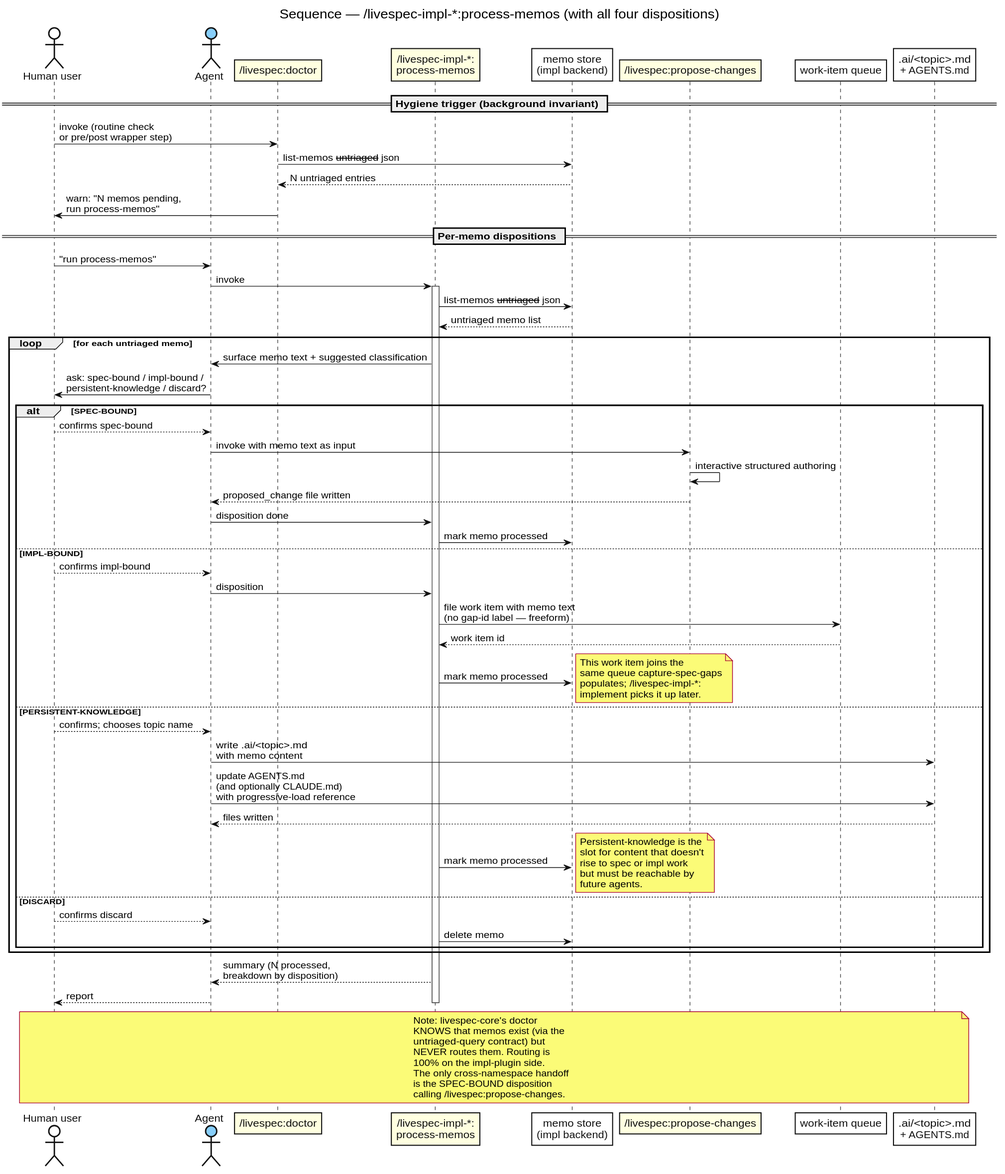
Before: research/workflow-processes/diagrams/seq-process-memos.svg, a diagram exported from PlantUML (thewoolleyman/livespec). Source of this version:
```plantuml
@startuml seq-process-memos
title Sequence — /livespec-impl-*:process-memos (with all four dispositions)
skinparam defaultFontName Helvetica
skinparam shadowing false
skinparam BackgroundColor white
skinparam ArrowColor #111
skinparam sequence {
  ParticipantBorderColor #111
  ParticipantBackgroundColor white
  ParticipantFontColor #111
  ActorBorderColor #111
  ActorBackgroundColor white
  ActorFontColor #111
  LifeLineBorderColor #444
}

actor "Human user" as User
actor "Agent" as Agent #LightSkyBlue
participant "/livespec:doctor" as Doctor #LightYellow
participant "/livespec-impl-*:\nprocess-memos" as Process #LightYellow
participant "memo store\n(impl backend)" as Memos
participant "/livespec:propose-changes" as Propose #LightYellow
participant "work-item queue" as Queue
participant ".ai/<topic>.md\n+ AGENTS.md" as AiFiles

== Hygiene trigger (background invariant) ==

User -> Doctor : invoke (routine check\nor pre/post wrapper step)
Doctor -> Memos : list-memos --untriaged --json
Memos --> Doctor : N untriaged entries
Doctor -> User : warn: "N memos pending,\nrun process-memos"

== Per-memo dispositions ==

User -> Agent : "run process-memos"
Agent -> Process : invoke
activate Process

Process -> Memos : list-memos --untriaged --json
Memos --> Process : untriaged memo list

loop for each untriaged memo
  Process -> Agent : surface memo text + suggested classification
  Agent -> User : ask: spec-bound / impl-bound /\npersistent-knowledge / discard?

  alt SPEC-BOUND
    User --> Agent : confirms spec-bound
    Agent -> Propose : invoke with memo text as input
    Propose -> Propose : interactive structured authoring
    Propose --> Agent : proposed_change file written
    Agent -> Process : disposition done
    Process -> Memos : mark memo processed
  else IMPL-BOUND
    User --> Agent : confirms impl-bound
    Agent -> Process : disposition
    Process -> Queue : file work item with memo text\n(no gap-id label — freeform)
    Queue --> Process : work item id
    Process -> Memos : mark memo processed
    note right : This work item joins the\nsame queue capture-spec-gaps\npopulates; /livespec-impl-*:\nimplement picks it up later.
  else PERSISTENT-KNOWLEDGE
    User --> Agent : confirms; chooses topic name
    Agent -> AiFiles : write .ai/<topic>.md\nwith memo content
    Agent -> AiFiles : update AGENTS.md\n(and optionally CLAUDE.md)\nwith progressive-load reference
    AiFiles --> Agent : files written
    Process -> Memos : mark memo processed
    note right : Persistent-knowledge is the\nslot for content that doesn't\nrise to spec or impl work\nbut must be reachable by\nfuture agents.
  else DISCARD
    User --> Agent : confirms discard
    Process -> Memos : delete memo
  end
end

Process --> Agent : summary (N processed,\nbreakdown by disposition)
Agent --> User : report
deactivate Process

note over User, AiFiles : Note: livespec-core's doctor\nKNOWS that memos exist (via the\nuntriaged-query contract) but\nNEVER routes them. Routing is\n100% on the impl-plugin side.\nThe only cross-namespace handoff\nis the SPEC-BOUND disposition\ncalling /livespec:propose-changes.

@enduml
```
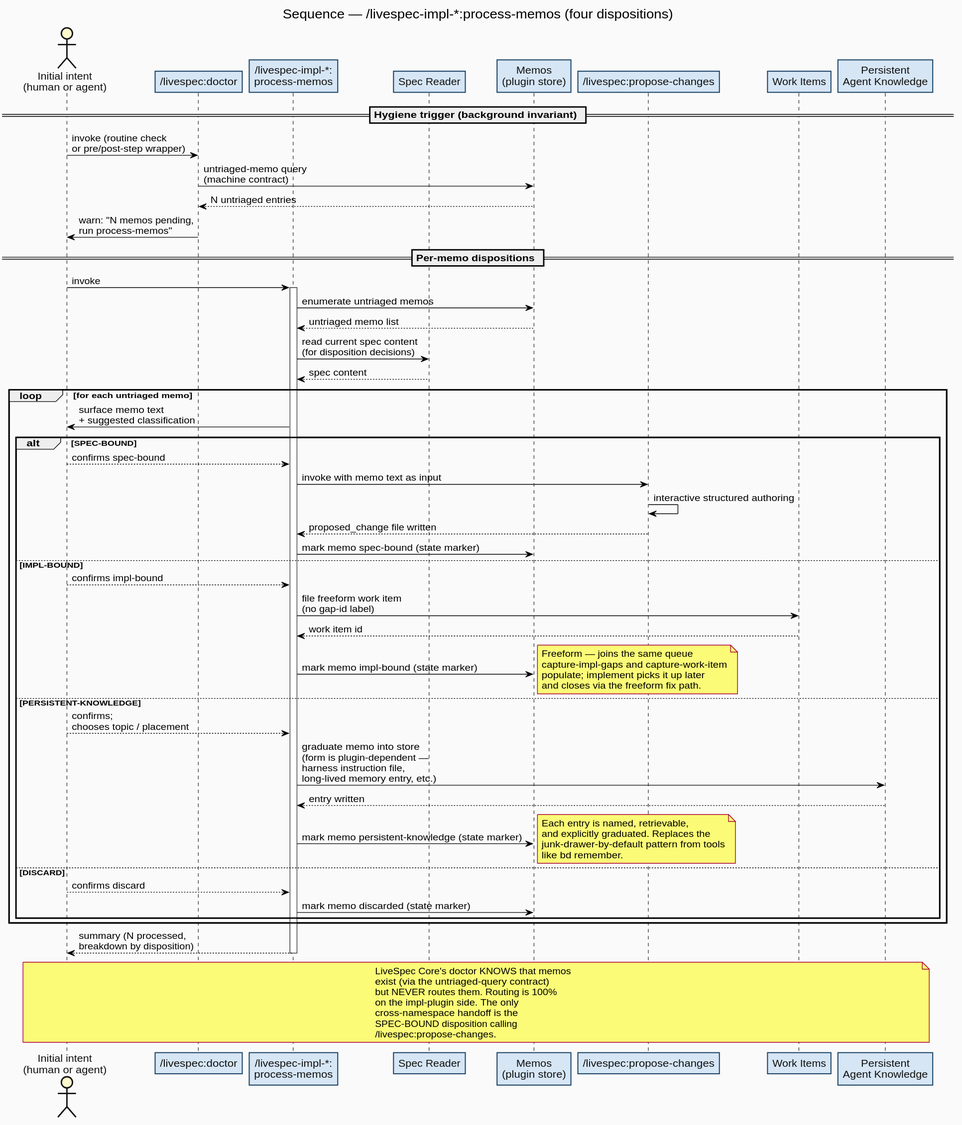
The same diagram one commit later.

Diff of the diagram source:
```diff
@@ -1,79 +1,76 @@
 @startuml seq-process-memos
-title Sequence — /livespec-impl-*:process-memos (with all four dispositions)
+title Sequence — /livespec-impl-*:process-memos (four dispositions)
 skinparam defaultFontName Helvetica
 skinparam shadowing false
-skinparam BackgroundColor white
-skinparam ArrowColor #111
+skinparam BackgroundColor #fafafa
+skinparam ArrowColor #000000
 skinparam sequence {
-  ParticipantBorderColor #111
-  ParticipantBackgroundColor white
+  ParticipantBorderColor #1f4768
+  ParticipantBackgroundColor #d6e6f5
   ParticipantFontColor #111
   ActorBorderColor #111
-  ActorBackgroundColor white
+  ActorBackgroundColor #fffacc
   ActorFontColor #111
   LifeLineBorderColor #444
 }
 
-actor "Human user" as User
-actor "Agent" as Agent #LightSkyBlue
-participant "/livespec:doctor" as Doctor #LightYellow
-participant "/livespec-impl-*:\nprocess-memos" as Process #LightYellow
-participant "memo store\n(impl backend)" as Memos
-participant "/livespec:propose-changes" as Propose #LightYellow
-participant "work-item queue" as Queue
-participant ".ai/<topic>.md\n+ AGENTS.md" as AiFiles
+actor "Initial intent\n(human or agent)" as User
+participant "/livespec:doctor" as Doctor
+participant "/livespec-impl-*:\nprocess-memos" as Process
+participant "Spec Reader" as SpecReader
+participant "Memos\n(plugin store)" as Memos
+participant "/livespec:propose-changes" as Propose
+participant "Work Items" as Queue
+participant "Persistent\nAgent Knowledge" as AgentKnowledge
 
 == Hygiene trigger (background invariant) ==
 
-User -> Doctor : invoke (routine check\nor pre/post wrapper step)
-Doctor -> Memos : list-memos --untriaged --json
+User -> Doctor : invoke (routine check\nor pre/post-step wrapper)
+Doctor -> Memos : untriaged-memo query\n(machine contract)
 Memos --> Doctor : N untriaged entries
 Doctor -> User : warn: "N memos pending,\nrun process-memos"
 
 == Per-memo dispositions ==
 
-User -> Agent : "run process-memos"
-Agent -> Process : invoke
+User -> Process : invoke
 activate Process
 
-Process -> Memos : list-memos --untriaged --json
+Process -> Memos : enumerate untriaged memos
 Memos --> Process : untriaged memo list
 
+Process -> SpecReader : read current spec content\n(for disposition decisions)
+SpecReader --> Process : spec content
+
 loop for each untriaged memo
-  Process -> Agent : surface memo text + suggested classification
-  Agent -> User : ask: spec-bound / impl-bound /\npersistent-knowledge / discard?
+  Process -> User : surface memo text\n+ suggested classification
 
   alt SPEC-BOUND
-    User --> Agent : confirms spec-bound
-    Agent -> Propose : invoke with memo text as input
+    User --> Process : confirms spec-bound
+    Process -> Propose : invoke with memo text as input
     Propose -> Propose : interactive structured authoring
-    Propose --> Agent : proposed_change file written
-    Agent -> Process : disposition done
-    Process -> Memos : mark memo processed
+    Propose --> Process : proposed_change file written
+    Process -> Memos : mark memo spec-bound (state marker)
   else IMPL-BOUND
-    User --> Agent : confirms impl-bound
-    Agent -> Process : disposition
-    Process -> Queue : file work item with memo text\n(no gap-id label — freeform)
+    User --> Process : confirms impl-bound
+    Process -> Queue : file freeform work item\n(no gap-id label)
     Queue --> Process : work item id
-    Process -> Memos : mark memo processed
-    note right : This work item joins the\nsame queue capture-spec-gaps\npopulates; /livespec-impl-*:\nimplement picks it up later.
+    Process -> Memos : mark memo impl-bound (state marker)
+    note right : Freeform — joins the same queue\ncapture-impl-gaps and capture-work-item\npopulate; implement picks it up later\nand closes via the freeform fix path.
   else PERSISTENT-KNOWLEDGE
-    User --> Agent : confirms; chooses topic name
-    Agent -> AiFiles : write .ai/<topic>.md\nwith memo content
-    Agent -> AiFiles : update AGENTS.md\n(and optionally CLAUDE.md)\nwith progressive-load reference
-    AiFiles --> Agent : files written
-    Process -> Memos : mark memo processed
-    note right : Persistent-knowledge is the\nslot for content that doesn't\nrise to spec or impl work\nbut must be reachable by\nfuture agents.
+    User --> Process : confirms;\nchooses topic / placement
+    Process -> AgentKnowledge : graduate memo into store\n(form is plugin-dependent —\nharness instruction file,\nlong-lived memory entry, etc.)
+    AgentKnowledge --> Process : entry written
+    Process -> Memos : mark memo persistent-knowledge (state marker)
+    note right : Each entry is named, retrievable,\nand explicitly graduated. Replaces the\njunk-drawer-by-default pattern from tools\nlike bd remember.
   else DISCARD
-    User --> Agent : confirms discard
-    Process -> Memos : delete memo
+    User --> Process : confirms discard
+    Process -> Memos : mark memo discarded (state marker)
   end
 end
 
-Process --> Agent : summary (N processed,\nbreakdown by disposition)
-Agent --> User : report
+Process --> User : summary (N processed,\nbreakdown by disposition)
 deactivate Process
 
-note over User, AiFiles : Note: livespec-core's doctor\nKNOWS that memos exist (via the\nuntriaged-query contract) but\nNEVER routes them. Routing is\n100% on the impl-plugin side.\nThe only cross-namespace handoff\nis the SPEC-BOUND disposition\ncalling /livespec:propose-changes.
+note over User, AgentKnowledge : LiveSpec Core's doctor KNOWS that memos\nexist (via the untriaged-query contract)\nbut NEVER routes them. Routing is 100%\non the impl-plugin side. The only\ncross-namespace handoff is the\nSPEC-BOUND disposition calling\n/livespec:propose-changes.
 
 @enduml
```
